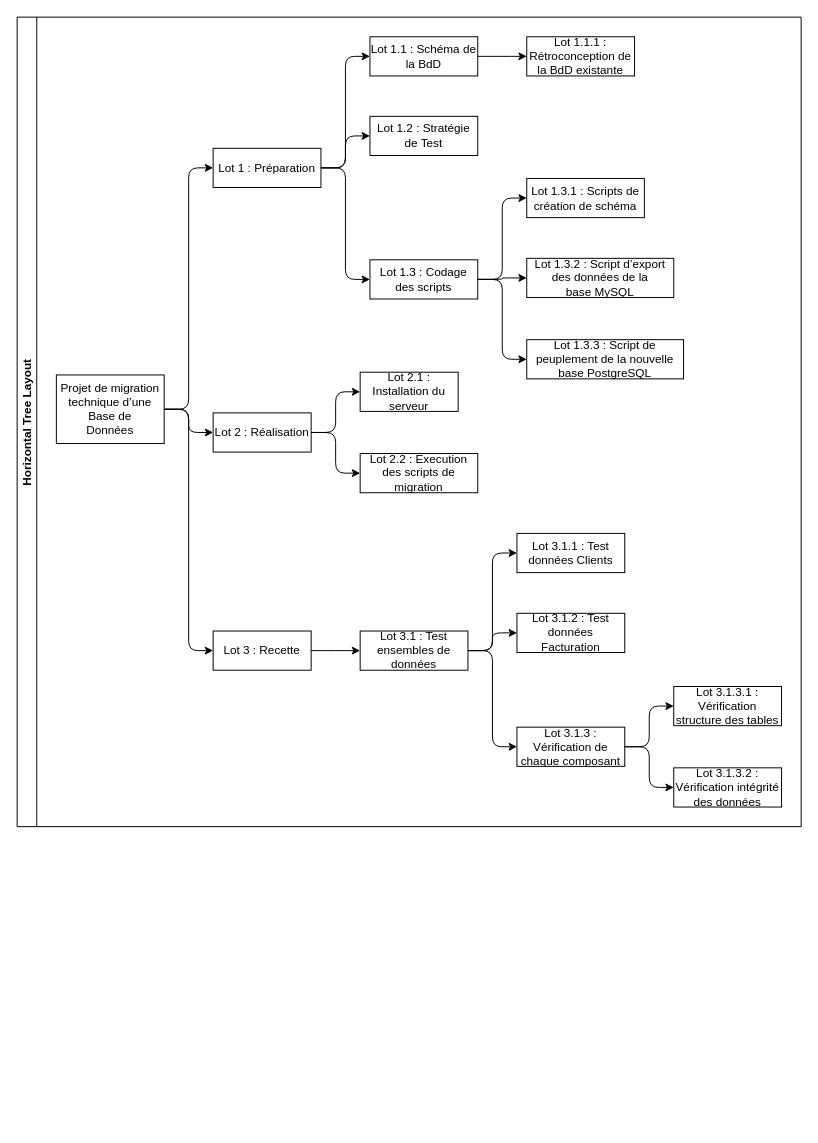
Before: TD/TD1/OrganigrammeFonctionnel_TD1_R2_10.drawio in emeraudeLa/R2.10_GestionProjet, a draw.io diagram. Source tidied: cells renumbered, new cells numbered last; positions are measured from the earlier drawing's top-left corner, leaving out a move shared by most shapes. Both pictures are drawn from the tidied source at 98%, with x=0, y=0 at pixel (17, 17).
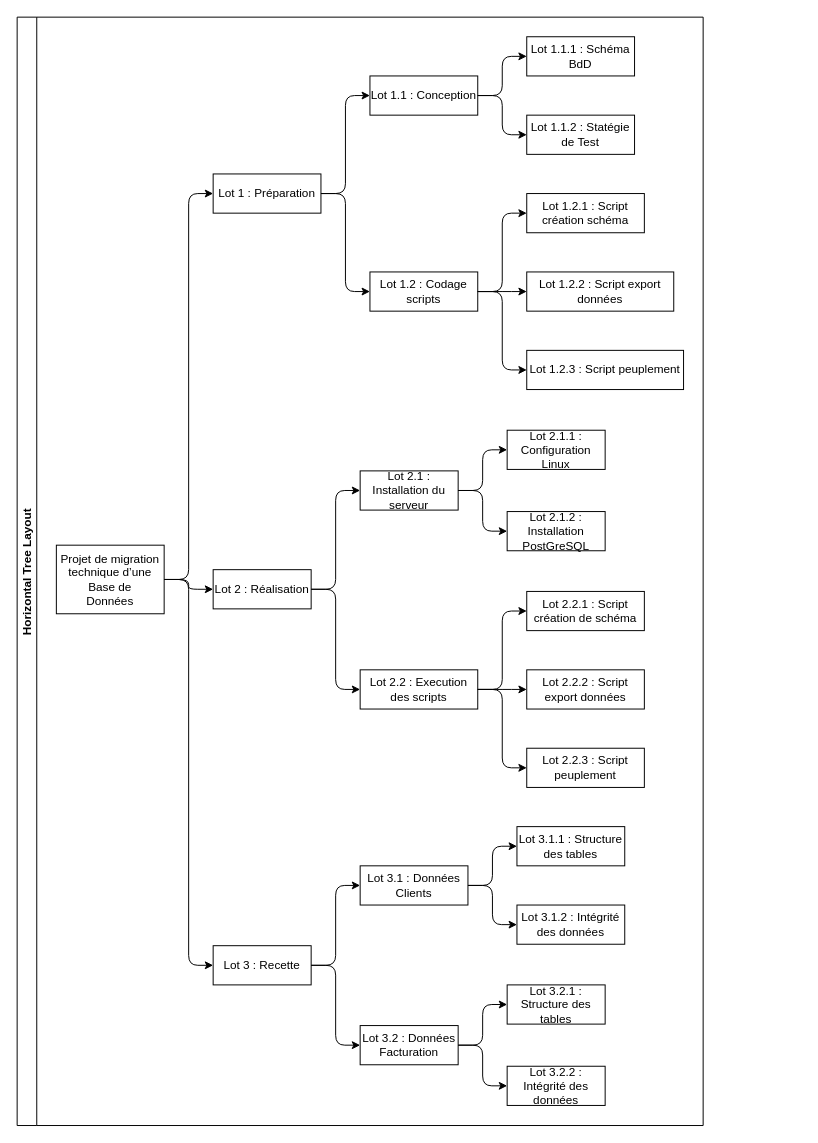
Above is the later version.

What changed in the source:
```diff
@@
     <mxCell id="2" value="Horizontal Tree Layout" style="swimlane;startSize=20;horizontal=0;horizontalTree=1;sortEdges=1;containerType=tree;fontSize=12;" parent="1" vertex="1">
-      <mxGeometry width="800" height="826" as="geometry" />
+      <mxGeometry width="700" height="1131" as="geometry" />
     </mxCell>
     <mxCell id="3" value="Projet de migration technique d’une Base de&lt;br&gt;Données" style="whiteSpace=wrap;html=1;" parent="2" vertex="1">
-      <mxGeometry x="40" y="365.1" width="110" height="70" as="geometry" />
+      <mxGeometry x="40" y="538.8" width="110" height="70" as="geometry" />
     </mxCell>
     <mxCell id="4" value="Lot 1 : Préparation" style="whiteSpace=wrap;html=1;" parent="2" vertex="1">
-      <mxGeometry x="200" y="133.8" width="110" height="40" as="geometry" />
+      <mxGeometry x="200" y="160" width="110" height="40" as="geometry" />
     </mxCell>
@@
     <mxCell id="6" value="Lot 2 : Réalisation" style="whiteSpace=wrap;html=1;" parent="2" vertex="1">
-      <mxGeometry x="200" y="403.8" width="100" height="40" as="geometry" />
+      <mxGeometry x="200" y="563.8" width="100" height="40" as="geometry" />
     </mxCell>
@@
-    <mxCell id="9" value="Lot 1.1 : Schéma de la BdD" style="whiteSpace=wrap;html=1;" parent="2" vertex="1">
-      <mxGeometry x="360" y="20" width="110" height="40" as="geometry" />
+    <mxCell id="9" value="Lot 1.1 : Conception" style="whiteSpace=wrap;html=1;" parent="2" vertex="1">
+      <mxGeometry x="360" y="60" width="110" height="40" as="geometry" />
     </mxCell>
@@
     <mxCell id="11" value="Lot 3 : Recette" style="whiteSpace=wrap;html=1;" parent="2" vertex="1">
-      <mxGeometry x="200" y="626.4" width="100" height="40" as="geometry" />
+      <mxGeometry x="200" y="947.5" width="100" height="40" as="geometry" />
     </mxCell>
@@
-    <mxCell id="13" value="Lot 1.1.1 : Rétroconception de la BdD existante" style="whiteSpace=wrap;html=1;" parent="2" vertex="1">
+    <mxCell id="13" value="Lot 1.1.1 : Schéma BdD" style="whiteSpace=wrap;html=1;" parent="2" vertex="1">
       <mxGeometry x="520" y="20" width="110" height="40" as="geometry" />
     </mxCell>
-    <mxCell id="14" style="edgeStyle=elbowEdgeStyle;elbow=horizontal;html=1;rounded=1;curved=0;sourcePerimeterSpacing=0;targetPerimeterSpacing=0;startSize=6;endSize=6;" parent="2" edge="1" source="4" target="15">
-      <mxGeometry relative="1" as="geometry" />
-    </mxCell>
-    <mxCell id="15" value="Lot 1.2 : Stratégie de Test" style="whiteSpace=wrap;html=1;" parent="2" vertex="1">
-      <mxGeometry x="360" y="101.2" width="110" height="40" as="geometry" />
-    </mxCell>
@@
-    <mxCell id="17" value="Lot 1.3 : Codage des scripts" style="whiteSpace=wrap;html=1;" parent="2" vertex="1">
-      <mxGeometry x="360" y="247.6" width="110" height="40" as="geometry" />
+    <mxCell id="17" value="Lot 1.2 : Codage scripts" style="whiteSpace=wrap;html=1;" parent="2" vertex="1">
+      <mxGeometry x="360" y="260" width="110" height="40" as="geometry" />
     </mxCell>
@@
-    <mxCell id="19" value="Lot 1.3.1 : Scripts de création de schéma" style="whiteSpace=wrap;html=1;" parent="2" vertex="1">
-      <mxGeometry x="520" y="164.6" width="120" height="40" as="geometry" />
+    <mxCell id="19" value="Lot 1.2.1 : Script création schéma" style="whiteSpace=wrap;html=1;" parent="2" vertex="1">
+      <mxGeometry x="520" y="180" width="120" height="40" as="geometry" />
     </mxCell>
@@
-    <mxCell id="21" value="Lot 1.3.2 : Script d’export des données de la&lt;br&gt;base MySQL" style="whiteSpace=wrap;html=1;" parent="2" vertex="1">
-      <mxGeometry x="520" y="246.1" width="150" height="40" as="geometry" />
+    <mxCell id="21" value="Lot 1.2.2 : Script export données " style="whiteSpace=wrap;html=1;" parent="2" vertex="1">
+      <mxGeometry x="520" y="260" width="150" height="40" as="geometry" />
     </mxCell>
@@
-    <mxCell id="23" value="Lot 1.3.3 : Script de peuplement de la nouvelle base PostgreSQL" style="whiteSpace=wrap;html=1;" parent="2" vertex="1">
-      <mxGeometry x="520" y="329.1" width="160" height="40" as="geometry" />
+    <mxCell id="23" value="Lot 1.2.3 : Script peuplement" style="whiteSpace=wrap;html=1;" parent="2" vertex="1">
+      <mxGeometry x="520" y="340" width="160" height="40" as="geometry" />
     </mxCell>
@@
     <mxCell id="25" value="Lot 2.1 : Installation du serveur" style="whiteSpace=wrap;html=1;" parent="2" vertex="1">
-      <mxGeometry x="350" y="362.3" width="100" height="40" as="geometry" />
+      <mxGeometry x="350" y="463" width="100" height="40" as="geometry" />
     </mxCell>
@@
-    <mxCell id="27" value="Lot 2.2 : Execution des scripts de migration" style="whiteSpace=wrap;html=1;" parent="2" vertex="1">
-      <mxGeometry x="350" y="445.3" width="120" height="40" as="geometry" />
+    <mxCell id="27" value="Lot 2.2 : Execution des scripts" style="whiteSpace=wrap;html=1;" parent="2" vertex="1">
+      <mxGeometry x="350" y="666" width="120" height="40" as="geometry" />
     </mxCell>
@@
-    <mxCell id="29" value="Lot 3.1 : Test ensembles de données" style="whiteSpace=wrap;html=1;" parent="2" vertex="1">
-      <mxGeometry x="350" y="626.4" width="110" height="40" as="geometry" />
+    <mxCell id="29" value="Lot 3.1 : Données Clients" style="whiteSpace=wrap;html=1;" parent="2" vertex="1">
+      <mxGeometry x="350" y="866" width="110" height="40" as="geometry" />
     </mxCell>
-    <mxCell id="30" style="edgeStyle=elbowEdgeStyle;elbow=horizontal;html=1;rounded=1;curved=0;sourcePerimeterSpacing=0;targetPerimeterSpacing=0;startSize=6;endSize=6;" parent="2" edge="1" source="29" target="31">
-      <mxGeometry relative="1" as="geometry" />
-    </mxCell>
-    <mxCell id="31" value="Lot 3.1.1 : Test données Clients" style="whiteSpace=wrap;html=1;" parent="2" vertex="1">
-      <mxGeometry x="510" y="526.8" width="110" height="40" as="geometry" />
-    </mxCell>
@@
-    <mxCell id="33" value="Lot 3.1.2 : Test données Facturation" style="whiteSpace=wrap;html=1;" parent="2" vertex="1">
-      <mxGeometry x="510" y="608.3" width="110" height="40" as="geometry" />
+    <mxCell id="33" value="Lot 3.1.1 : Structure des tables" style="whiteSpace=wrap;html=1;" parent="2" vertex="1">
+      <mxGeometry x="510" y="826" width="110" height="40" as="geometry" />
     </mxCell>
@@
-    <mxCell id="35" value="Lot 3.1.3 : Vérification de chaque composant" style="whiteSpace=wrap;html=1;" parent="2" vertex="1">
-      <mxGeometry x="510" y="724.5" width="110" height="40" as="geometry" />
+    <mxCell id="35" value="Lot 3.1.2 : Intégrité des données" style="whiteSpace=wrap;html=1;" parent="2" vertex="1">
+      <mxGeometry x="510" y="906" width="110" height="40" as="geometry" />
     </mxCell>
-    <mxCell id="36" style="edgeStyle=elbowEdgeStyle;elbow=horizontal;html=1;rounded=1;curved=0;sourcePerimeterSpacing=0;targetPerimeterSpacing=0;startSize=6;endSize=6;" parent="2" edge="1" source="35" target="37">
-      <mxGeometry relative="1" as="geometry" />
-    </mxCell>
-    <mxCell id="37" value="Lot 3.1.3.1 : Vérification structure des tables" style="whiteSpace=wrap;html=1;" parent="2" vertex="1">
-      <mxGeometry x="670" y="683" width="110" height="40" as="geometry" />
-    </mxCell>
-    <mxCell id="38" style="edgeStyle=elbowEdgeStyle;elbow=horizontal;html=1;rounded=1;curved=0;sourcePerimeterSpacing=0;targetPerimeterSpacing=0;startSize=6;endSize=6;" parent="2" edge="1" source="35" target="39">
-      <mxGeometry relative="1" as="geometry" />
-    </mxCell>
-    <mxCell id="39" value="Lot 3.1.3.2 : Vérification intégrité des données" style="whiteSpace=wrap;html=1;" parent="2" vertex="1">
-      <mxGeometry x="670" y="766" width="110" height="40" as="geometry" />
-    </mxCell>
+    <mxCell id="40" style="edgeStyle=elbowEdgeStyle;elbow=horizontal;html=1;rounded=1;curved=0;sourcePerimeterSpacing=0;targetPerimeterSpacing=0;startSize=6;endSize=6;" parent="2" edge="1" source="9" target="41">
+      <mxGeometry relative="1" as="geometry" />
+    </mxCell>
+    <mxCell id="41" value="Lot 1.1.2 : Statégie de Test" style="whiteSpace=wrap;html=1;" parent="2" vertex="1">
+      <mxGeometry x="520" y="100" width="110" height="40" as="geometry" />
+    </mxCell>
+    <mxCell id="42" style="edgeStyle=elbowEdgeStyle;elbow=horizontal;html=1;rounded=1;curved=0;sourcePerimeterSpacing=0;targetPerimeterSpacing=0;startSize=6;endSize=6;" parent="2" edge="1" source="25" target="43">
+      <mxGeometry relative="1" as="geometry" />
+    </mxCell>
+    <mxCell id="43" value="Lot 2.1.1 : Configuration Linux" style="whiteSpace=wrap;html=1;" parent="2" vertex="1">
+      <mxGeometry x="500" y="421.5" width="100" height="40" as="geometry" />
+    </mxCell>
+    <mxCell id="44" style="edgeStyle=elbowEdgeStyle;elbow=horizontal;html=1;rounded=1;curved=0;sourcePerimeterSpacing=0;targetPerimeterSpacing=0;startSize=6;endSize=6;" parent="2" edge="1" source="25" target="45">
+      <mxGeometry relative="1" as="geometry" />
+    </mxCell>
+    <mxCell id="45" value="Lot 2.1.2 : Installation PostGreSQL" style="whiteSpace=wrap;html=1;" parent="2" vertex="1">
+      <mxGeometry x="500" y="504.5" width="100" height="40" as="geometry" />
+    </mxCell>
+    <mxCell id="46" style="edgeStyle=elbowEdgeStyle;elbow=horizontal;html=1;rounded=1;curved=0;sourcePerimeterSpacing=0;targetPerimeterSpacing=0;startSize=6;endSize=6;" parent="2" edge="1" source="27" target="47">
+      <mxGeometry relative="1" as="geometry" />
+    </mxCell>
+    <mxCell id="47" value="Lot 2.2.1 : Script création de schéma" style="whiteSpace=wrap;html=1;" parent="2" vertex="1">
+      <mxGeometry x="520" y="586" width="120" height="40" as="geometry" />
+    </mxCell>
+    <mxCell id="48" style="edgeStyle=elbowEdgeStyle;elbow=horizontal;html=1;rounded=1;curved=0;sourcePerimeterSpacing=0;targetPerimeterSpacing=0;startSize=6;endSize=6;" parent="2" edge="1" source="11" target="49">
+      <mxGeometry relative="1" as="geometry" />
+    </mxCell>
+    <mxCell id="49" value="Lot 3.2 : Données Facturation" style="whiteSpace=wrap;html=1;" parent="2" vertex="1">
+      <mxGeometry x="350" y="1029" width="100" height="40" as="geometry" />
+    </mxCell>
+    <mxCell id="50" style="edgeStyle=elbowEdgeStyle;elbow=horizontal;html=1;rounded=1;curved=0;sourcePerimeterSpacing=0;targetPerimeterSpacing=0;startSize=6;endSize=6;" parent="2" edge="1" source="49" target="51">
+      <mxGeometry relative="1" as="geometry" />
+    </mxCell>
+    <mxCell id="51" value="Lot 3.2.1 : Structure des tables" style="whiteSpace=wrap;html=1;" parent="2" vertex="1">
+      <mxGeometry x="500" y="987.5" width="100" height="40" as="geometry" />
+    </mxCell>
+    <mxCell id="52" style="edgeStyle=elbowEdgeStyle;elbow=horizontal;html=1;rounded=1;curved=0;sourcePerimeterSpacing=0;targetPerimeterSpacing=0;startSize=6;endSize=6;" parent="2" edge="1" source="49" target="53">
+      <mxGeometry relative="1" as="geometry" />
+    </mxCell>
+    <mxCell id="53" value="Lot 3.2.2 : Intégrité des données" style="whiteSpace=wrap;html=1;" parent="2" vertex="1">
+      <mxGeometry x="500" y="1070.5" width="100" height="40" as="geometry" />
+    </mxCell>
+    <mxCell id="54" style="edgeStyle=elbowEdgeStyle;elbow=horizontal;html=1;rounded=1;curved=0;sourcePerimeterSpacing=0;targetPerimeterSpacing=0;startSize=6;endSize=6;" parent="2" edge="1" source="27" target="55">
+      <mxGeometry relative="1" as="geometry" />
+    </mxCell>
+    <mxCell id="55" value="Lot 2.2.2 : Script export données " style="whiteSpace=wrap;html=1;" parent="2" vertex="1">
+      <mxGeometry x="520" y="666" width="120" height="40" as="geometry" />
+    </mxCell>
+    <mxCell id="56" style="edgeStyle=elbowEdgeStyle;elbow=horizontal;html=1;rounded=1;curved=0;sourcePerimeterSpacing=0;targetPerimeterSpacing=0;startSize=6;endSize=6;" parent="2" edge="1" source="27" target="57">
+      <mxGeometry relative="1" as="geometry" />
+    </mxCell>
+    <mxCell id="57" value="Lot 2.2.3 : Script peuplement" style="whiteSpace=wrap;html=1;" parent="2" vertex="1">
+      <mxGeometry x="520" y="746" width="120" height="40" as="geometry" />
+    </mxCell>
```
